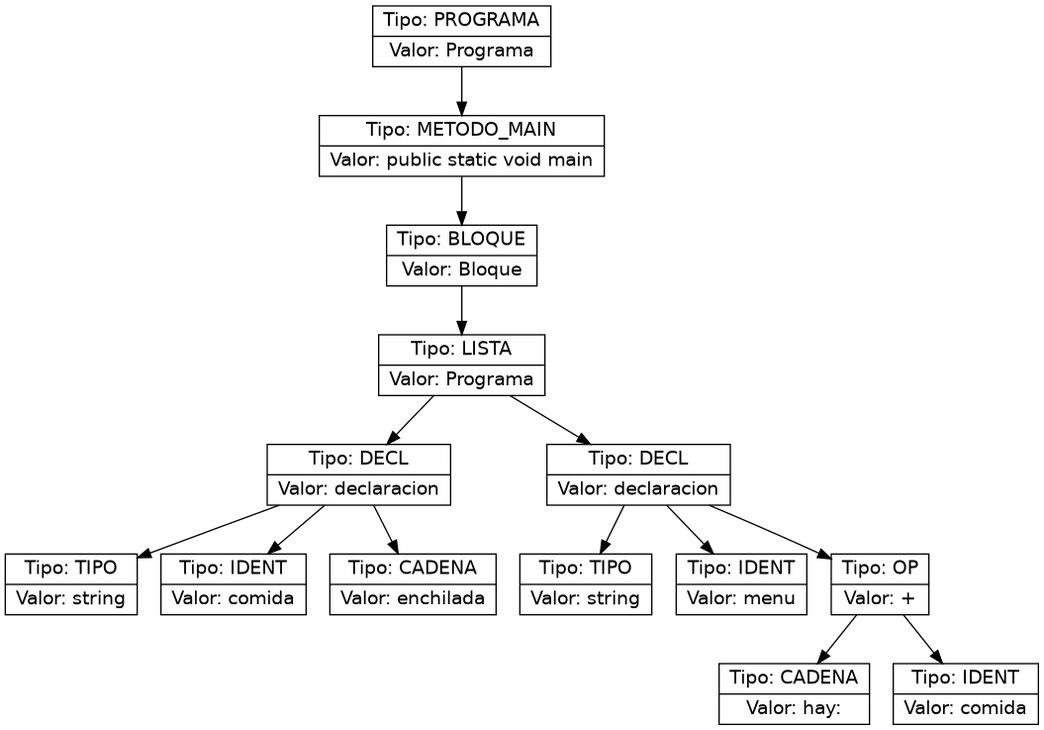
Farot30/OLC2_2s2025_P2_202307820 keeps this Graphviz diagram as ast.png. Above is the earlier version. Its source is kept beside it as ast.dot.
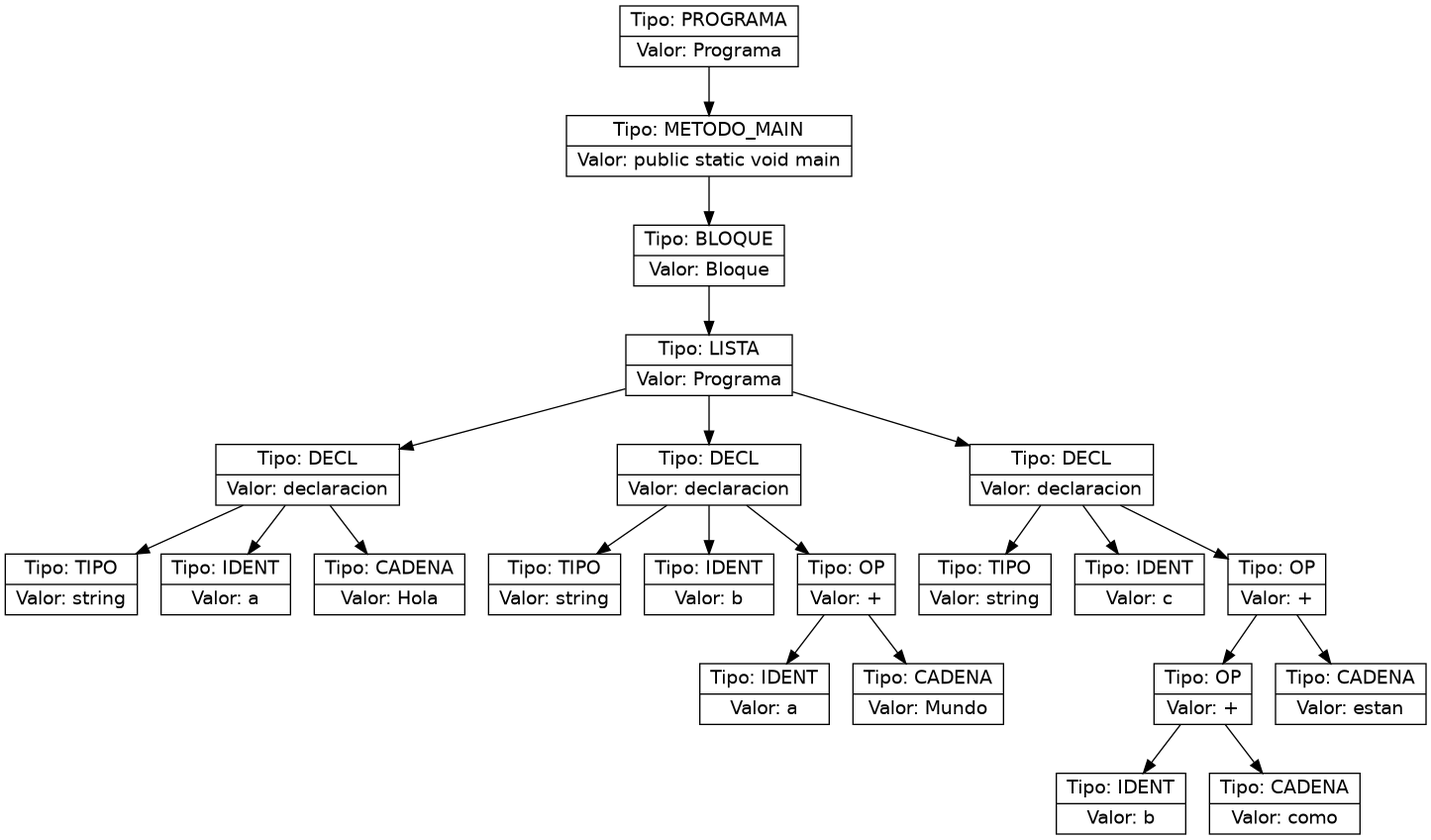
After the change.

The edit, as a diff of the source:
```diff
@@ -1,30 +1,46 @@
 digraph AST {
   node [shape=record,fontname="Helvetica"];
-  n0x6487e06d73f0 [label="{Tipo: PROGRAMA|Valor: Programa}"];
-  n0x6487e06d73f0 -> n0x6487e08ebc00;
-  n0x6487e08ebc00 [label="{Tipo: METODO_MAIN|Valor: public static void main}"];
-  n0x6487e08ebc00 -> n0x6487e050ade0;
-  n0x6487e050ade0 [label="{Tipo: BLOQUE|Valor: Bloque}"];
-  n0x6487e050ade0 -> n0x6487e072f2b0;
-  n0x6487e072f2b0 [label="{Tipo: LISTA|Valor: Programa}"];
-  n0x6487e072f2b0 -> n0x6487e08e5110;
-  n0x6487e08e5110 [label="{Tipo: DECL|Valor: declaracion}"];
-  n0x6487e08e5110 -> n0x6487e0764aa0;
-  n0x6487e0764aa0 [label="{Tipo: TIPO|Valor: string}"];
-  n0x6487e08e5110 -> n0x6487e076be70;
-  n0x6487e076be70 [label="{Tipo: IDENT|Valor: comida}"];
-  n0x6487e08e5110 -> n0x6487e0526900;
-  n0x6487e0526900 [label="{Tipo: CADENA|Valor: enchilada}"];
-  n0x6487e072f2b0 -> n0x6487e090b030;
-  n0x6487e090b030 [label="{Tipo: DECL|Valor: declaracion}"];
-  n0x6487e090b030 -> n0x6487e086e980;
-  n0x6487e086e980 [label="{Tipo: TIPO|Valor: string}"];
-  n0x6487e090b030 -> n0x6487e08eb110;
-  n0x6487e08eb110 [label="{Tipo: IDENT|Valor: menu}"];
-  n0x6487e090b030 -> n0x6487e0760940;
-  n0x6487e0760940 [label="{Tipo: OP|Valor: +}"];
-  n0x6487e0760940 -> n0x6487e07194d0;
-  n0x6487e07194d0 [label="{Tipo: CADENA|Valor: hay: }"];
-  n0x6487e0760940 -> n0x6487e051b180;
-  n0x6487e051b180 [label="{Tipo: IDENT|Valor: comida}"];
+  n0x598fe14379f0 [label="{Tipo: PROGRAMA|Valor: Programa}"];
+  n0x598fe14379f0 -> n0x598fe1552ee0;
+  n0x598fe1552ee0 [label="{Tipo: METODO_MAIN|Valor: public static void main}"];
+  n0x598fe1552ee0 -> n0x598fe12d7320;
+  n0x598fe12d7320 [label="{Tipo: BLOQUE|Valor: Bloque}"];
+  n0x598fe12d7320 -> n0x598fe12b1e10;
+  n0x598fe12b1e10 [label="{Tipo: LISTA|Valor: Programa}"];
+  n0x598fe12b1e10 -> n0x598fe152bf90;
+  n0x598fe152bf90 [label="{Tipo: DECL|Valor: declaracion}"];
+  n0x598fe152bf90 -> n0x598fe129a180;
+  n0x598fe129a180 [label="{Tipo: TIPO|Valor: string}"];
+  n0x598fe152bf90 -> n0x598fe1565d10;
+  n0x598fe1565d10 [label="{Tipo: IDENT|Valor: a}"];
+  n0x598fe152bf90 -> n0x598fe154a480;
+  n0x598fe154a480 [label="{Tipo: CADENA|Valor: Hola}"];
+  n0x598fe12b1e10 -> n0x598fe1549d40;
+  n0x598fe1549d40 [label="{Tipo: DECL|Valor: declaracion}"];
+  n0x598fe1549d40 -> n0x598fe168ca90;
+  n0x598fe168ca90 [label="{Tipo: TIPO|Valor: string}"];
+  n0x598fe1549d40 -> n0x598fe154af60;
+  n0x598fe154af60 [label="{Tipo: IDENT|Valor: b}"];
+  n0x598fe1549d40 -> n0x598fe12aef20;
+  n0x598fe12aef20 [label="{Tipo: OP|Valor: +}"];
+  n0x598fe12aef20 -> n0x598fe1345230;
+  n0x598fe1345230 [label="{Tipo: IDENT|Valor: a}"];
+  n0x598fe12aef20 -> n0x598fe14b06e0;
+  n0x598fe14b06e0 [label="{Tipo: CADENA|Valor: Mundo}"];
+  n0x598fe12b1e10 -> n0x598fe12d33c0;
+  n0x598fe12d33c0 [label="{Tipo: DECL|Valor: declaracion}"];
+  n0x598fe12d33c0 -> n0x598fe14ad790;
+  n0x598fe14ad790 [label="{Tipo: TIPO|Valor: string}"];
+  n0x598fe12d33c0 -> n0x598fe12d7200;
+  n0x598fe12d7200 [label="{Tipo: IDENT|Valor: c}"];
+  n0x598fe12d33c0 -> n0x598fe1639ba0;
+  n0x598fe1639ba0 [label="{Tipo: OP|Valor: +}"];
+  n0x598fe1639ba0 -> n0x598fe12d6360;
+  n0x598fe12d6360 [label="{Tipo: OP|Valor: +}"];
+  n0x598fe12d6360 -> n0x598fe1553960;
+  n0x598fe1553960 [label="{Tipo: IDENT|Valor: b}"];
+  n0x598fe12d6360 -> n0x598fe155c720;
+  n0x598fe155c720 [label="{Tipo: CADENA|Valor: como}"];
+  n0x598fe1639ba0 -> n0x598fe1553900;
+  n0x598fe1553900 [label="{Tipo: CADENA|Valor: estan}"];
 }
```
